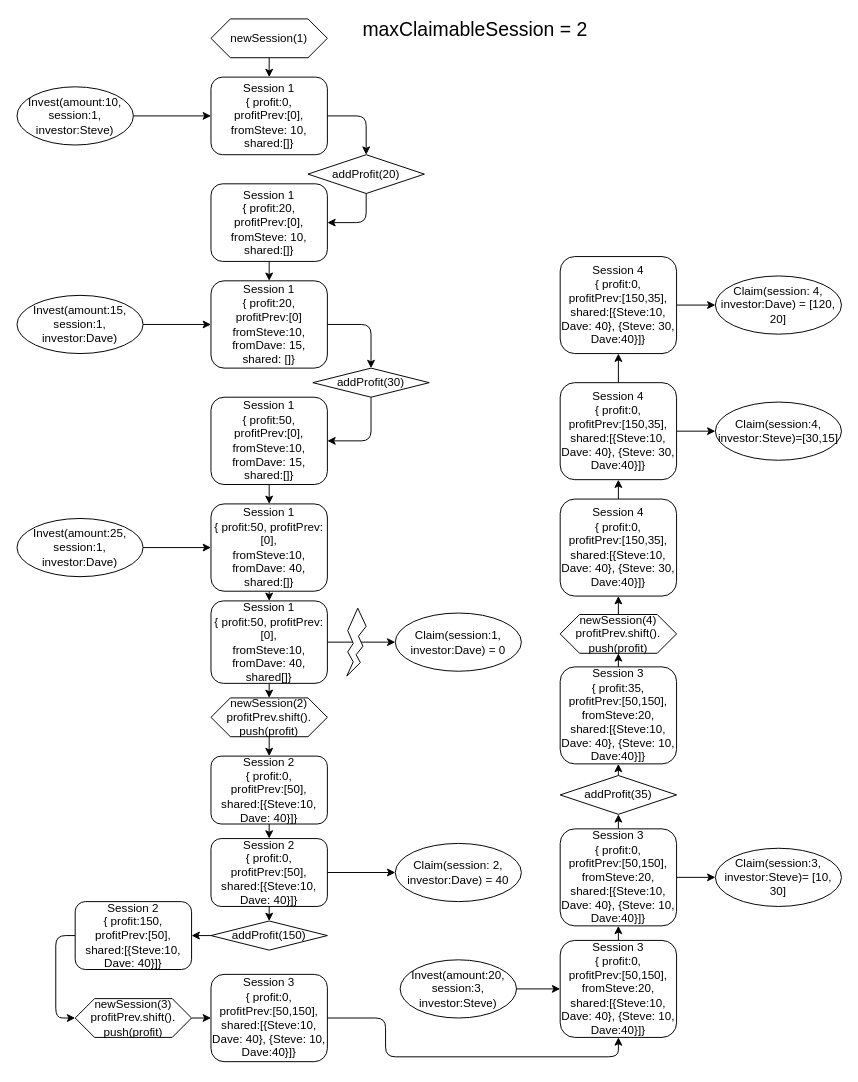
Before: page "Scenario2_MaxClaimableSession=2" (3 of 4) of Example1.drawio in ChihHaoChen/thundercoreProfit, a draw.io diagram. Source tidied: cells renumbered, new cells numbered last; positions are measured from the earlier drawing's top-left corner, leaving out a move shared by most shapes. Both pictures are drawn from the tidied source at 97%, with x=0, y=0 at pixel (16, 18).
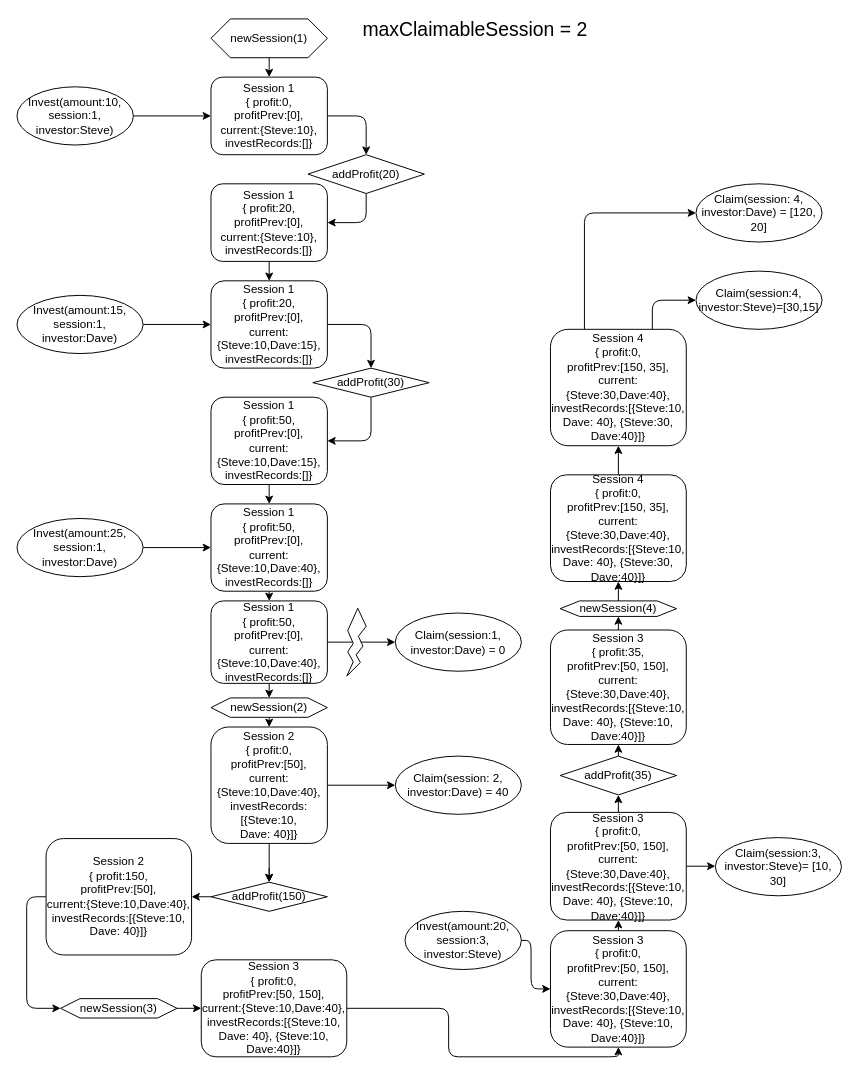
After the change.

Diff of the diagram source:
```diff
@@
-    <mxCell id="3" value="&lt;div&gt;Session 1&lt;/div&gt;&lt;div&gt;{ profit:0,&lt;/div&gt;&lt;div&gt;profitPrev:[0],&lt;br&gt;&lt;/div&gt;&lt;div&gt;fromSteve: 10, shared:[]}&lt;br&gt;&lt;/div&gt;" style="rounded=1;whiteSpace=wrap;html=1;" parent="1" vertex="1">
+    <mxCell id="3" value="&lt;div&gt;Session 1&lt;/div&gt;&lt;div&gt;{ profit:0,&lt;/div&gt;&lt;div&gt;profitPrev:[0],&lt;br&gt;&lt;/div&gt;&lt;div&gt;current:{Steve:10}, investRecords:[]}&lt;br&gt;&lt;/div&gt;" style="rounded=1;whiteSpace=wrap;html=1;" parent="1" vertex="1">
       <mxGeometry x="200" y="60" width="120" height="80" as="geometry" />
     </mxCell>
@@
-    <mxCell id="9" value="&lt;div&gt;Session 1&lt;/div&gt;&lt;div&gt;{ profit:20,&lt;/div&gt;&lt;div&gt;profitPrev:[0]&lt;br&gt;&lt;/div&gt;&lt;div&gt;fromSteve:10,&lt;/div&gt;&lt;div&gt;fromDave: 15, shared: []}&lt;br&gt;&lt;/div&gt;" style="rounded=1;whiteSpace=wrap;html=1;" parent="1" vertex="1">
+    <mxCell id="9" value="&lt;div&gt;Session 1&lt;/div&gt;&lt;div&gt;{ profit:20,&lt;/div&gt;&lt;div&gt;profitPrev:[0],&lt;br&gt;&lt;/div&gt;&lt;div&gt;current:{Steve:10,Dave:15}, investRecords:[]}&lt;br&gt;&lt;/div&gt;" style="rounded=1;whiteSpace=wrap;html=1;" parent="1" vertex="1">
       <mxGeometry x="200" y="270" width="120" height="90" as="geometry" />
     </mxCell>
@@
-    <mxCell id="13" value="&lt;div&gt;Session 1&lt;/div&gt;&lt;div&gt;{ profit:20,&lt;/div&gt;&lt;div&gt;profitPrev:[0],&lt;br&gt;&lt;/div&gt;&lt;div&gt;fromSteve: 10,&lt;/div&gt;&lt;div&gt;shared:[]}&lt;br&gt;&lt;/div&gt;" style="rounded=1;whiteSpace=wrap;html=1;" parent="1" vertex="1">
+    <mxCell id="13" value="&lt;div&gt;Session 1&lt;/div&gt;&lt;div&gt;{ profit:20,&lt;/div&gt;&lt;div&gt;profitPrev:[0],&lt;br&gt;&lt;/div&gt;&lt;div&gt;current:{Steve:10}, investRecords:[]}&lt;br&gt;&lt;/div&gt;" style="rounded=1;whiteSpace=wrap;html=1;" parent="1" vertex="1">
       <mxGeometry x="200" y="170" width="120" height="80" as="geometry" />
     </mxCell>
@@
-    <mxCell id="17" value="&lt;div&gt;Session 1&lt;/div&gt;&lt;div&gt;{ profit:50,&lt;/div&gt;&lt;div&gt;profitPrev:[0],&lt;br&gt;&lt;/div&gt;&lt;div&gt;fromSteve:10,&lt;/div&gt;&lt;div&gt;fromDave: 15, shared:[]}&lt;br&gt;&lt;/div&gt;" style="rounded=1;whiteSpace=wrap;html=1;" parent="1" vertex="1">
+    <mxCell id="17" value="&lt;div&gt;Session 1&lt;/div&gt;&lt;div&gt;{ profit:50,&lt;/div&gt;&lt;div&gt;profitPrev:[0],&lt;br&gt;&lt;/div&gt;&lt;div&gt;current:{Steve:10,Dave:15}, investRecords:[]}&lt;br&gt;&lt;/div&gt;" style="rounded=1;whiteSpace=wrap;html=1;" parent="1" vertex="1">
       <mxGeometry x="200" y="390" width="120" height="90" as="geometry" />
     </mxCell>
@@
-    <mxCell id="19" value="&lt;div&gt;Session 1&lt;/div&gt;&lt;div&gt;{ profit:50, profitPrev:[0],&lt;br&gt;&lt;/div&gt;&lt;div&gt;fromSteve:10,&lt;/div&gt;&lt;div&gt;fromDave: 40, shared:[]}&lt;br&gt;&lt;/div&gt;" style="rounded=1;whiteSpace=wrap;html=1;" parent="1" vertex="1">
+    <mxCell id="19" value="&lt;div&gt;Session 1&lt;/div&gt;&lt;div&gt;{ profit:50,&lt;/div&gt;&lt;div&gt;profitPrev:[0],&lt;br&gt;&lt;/div&gt;&lt;div&gt;current:{Steve:10,Dave:40}, investRecords:[]}&lt;br&gt;&lt;/div&gt;" style="rounded=1;whiteSpace=wrap;html=1;" parent="1" vertex="1">
       <mxGeometry x="200" y="500" width="120" height="90" as="geometry" />
     </mxCell>
@@
-    <mxCell id="24" value="&lt;div&gt;Session 1&lt;/div&gt;&lt;div&gt;{ profit:50, profitPrev:[0],&lt;br&gt;&lt;/div&gt;&lt;div&gt;fromSteve:10,&lt;/div&gt;&lt;div&gt;fromDave: 40, shared[]}&lt;br&gt;&lt;/div&gt;" style="rounded=1;whiteSpace=wrap;html=1;" parent="1" vertex="1">
+    <mxCell id="24" value="&lt;div&gt;Session 1&lt;/div&gt;&lt;div&gt;{ profit:50,&lt;/div&gt;&lt;div&gt;profitPrev:[0],&lt;br&gt;&lt;/div&gt;&lt;div&gt;current:{Steve:10,Dave:40}, investRecords:[]}&lt;br&gt;&lt;/div&gt;" style="rounded=1;whiteSpace=wrap;html=1;" parent="1" vertex="1">
       <mxGeometry x="200" y="600" width="120" height="85" as="geometry" />
     </mxCell>
@@
-    <mxCell id="27" style="edgeStyle=orthogonalEdgeStyle;rounded=0;jettySize=auto;html=1;exitX=0.5;exitY=1;exitDx=0;exitDy=0;entryX=0.5;entryY=0;entryDx=0;entryDy=0;" parent="1" edge="1" source="28" target="32">
-      <mxGeometry relative="1" as="geometry" />
-    </mxCell>
+    <mxCell id="69" style="edgeStyle=orthogonalEdgeStyle;rounded=0;jettySize=auto;html=1;exitX=1;exitY=0.5;exitDx=0;exitDy=0;entryX=0;entryY=0.5;entryDx=0;entryDy=0;" parent="1" edge="1" source="28" target="29">
+      <mxGeometry relative="1" as="geometry" />
+    </mxCell>
+    <mxCell id="70" style="edgeStyle=orthogonalEdgeStyle;rounded=0;jettySize=auto;html=1;exitX=0.5;exitY=1;exitDx=0;exitDy=0;entryX=0.5;entryY=0;entryDx=0;entryDy=0;" parent="1" edge="1" source="28" target="57">
+      <mxGeometry relative="1" as="geometry" />
+    </mxCell>
-    <mxCell id="28" value="&lt;div&gt;Session 2&lt;br&gt;&lt;/div&gt;&lt;div&gt;{ profit:0,&lt;br&gt;&lt;/div&gt;&lt;div&gt;profitPrev:[50],&lt;/div&gt;&lt;div&gt;shared:[{Steve:10,&lt;/div&gt;&lt;div&gt;Dave: 40}]}&lt;br&gt;&lt;/div&gt;" style="rounded=1;whiteSpace=wrap;html=1;" parent="1" vertex="1">
-      <mxGeometry x="200" y="760" width="120" height="70" as="geometry" />
+    <mxCell id="28" value="&lt;div&gt;Session 2&lt;br&gt;&lt;/div&gt;&lt;div&gt;{ profit:0,&lt;br&gt;&lt;/div&gt;&lt;div&gt;profitPrev:[50],&lt;/div&gt;&lt;div&gt;current:{Steve:10,Dave:40},&lt;/div&gt;&lt;div&gt;investRecords:[{Steve:10,&lt;/div&gt;&lt;div&gt;Dave: 40}]}&lt;br&gt;&lt;/div&gt;" style="rounded=1;whiteSpace=wrap;html=1;" parent="1" vertex="1">
+      <mxGeometry x="200" y="730" width="120" height="120" as="geometry" />
     </mxCell>
     <mxCell id="29" value="Claim(session: 2, investor:Dave) = 40" style="ellipse;whiteSpace=wrap;html=1;" parent="1" vertex="1">
-      <mxGeometry x="390" y="850" width="130" height="60" as="geometry" />
+      <mxGeometry x="390" y="760" width="130" height="60" as="geometry" />
     </mxCell>
-    <mxCell id="30" style="edgeStyle=orthogonalEdgeStyle;rounded=0;jettySize=auto;html=1;exitX=1;exitY=0.5;exitDx=0;exitDy=0;entryX=0;entryY=0.5;entryDx=0;entryDy=0;" parent="1" edge="1" source="32" target="29">
-      <mxGeometry relative="1" as="geometry" />
-    </mxCell>
-    <mxCell id="31" style="edgeStyle=orthogonalEdgeStyle;rounded=0;jettySize=auto;html=1;exitX=0.5;exitY=1;exitDx=0;exitDy=0;entryX=0.5;entryY=0;entryDx=0;entryDy=0;fontSize=20;" parent="1" edge="1" source="32" target="57">
-      <mxGeometry relative="1" as="geometry" />
+    <mxCell id="31" style="edgeStyle=orthogonalEdgeStyle;rounded=0;jettySize=auto;html=1;exitX=0.5;exitY=1;exitDx=0;exitDy=0;entryX=0.5;entryY=0;entryDx=0;entryDy=0;fontSize=20;" parent="1" edge="1" target="57">
+      <mxGeometry relative="1" as="geometry">
+        <mxPoint x="260" y="875" as="sourcePoint" />
+      </mxGeometry>
     </mxCell>
-    <mxCell id="32" value="&lt;div&gt;Session 2&lt;br&gt;&lt;/div&gt;&lt;div&gt;{ profit:0,&lt;br&gt;&lt;/div&gt;&lt;div&gt;profitPrev:[50],&lt;/div&gt;&lt;div&gt;shared:[{Steve:10,&lt;/div&gt;&lt;div&gt;Dave: 40}]}&lt;br&gt;&lt;/div&gt;" style="rounded=1;whiteSpace=wrap;html=1;" parent="1" vertex="1">
-      <mxGeometry x="200" y="845" width="120" height="70" as="geometry" />
-    </mxCell>
-    <mxCell id="33" style="edgeStyle=orthogonalEdgeStyle;rounded=1;jettySize=auto;html=1;exitX=1;exitY=0.5;exitDx=0;exitDy=0;entryX=0.5;entryY=1;entryDx=0;entryDy=0;fontSize=20;" parent="1" edge="1" source="34" target="61">
+    <mxCell id="33" style="edgeStyle=orthogonalEdgeStyle;rounded=1;jettySize=auto;html=1;exitX=1;exitY=0.5;exitDx=0;exitDy=0;entryX=0.5;entryY=1;entryDx=0;entryDy=0;" parent="1" edge="1" source="34" target="61">
       <mxGeometry relative="1" as="geometry">
         <Array as="points">
-          <mxPoint x="380" y="1030" />
-          <mxPoint x="380" y="1070" />
+          <mxPoint x="445" y="1020" />
+          <mxPoint x="445" y="1070" />
           <mxPoint x="620" y="1070" />
         </Array>
       </mxGeometry>
     </mxCell>
-    <mxCell id="34" value="&lt;div&gt;Session 3&lt;br&gt;&lt;/div&gt;&lt;div&gt;{ profit:0,&lt;br&gt;&lt;/div&gt;&lt;div&gt;profitPrev:[50,150],&lt;/div&gt;&lt;div&gt;shared:[{Steve:10,&lt;/div&gt;&lt;div&gt;Dave: 40}, {Steve: 10, Dave:40}]}&lt;br&gt;&lt;/div&gt;" style="rounded=1;whiteSpace=wrap;html=1;" parent="1" vertex="1">
-      <mxGeometry x="200" y="985" width="120" height="90" as="geometry" />
+    <mxCell id="34" value="&lt;div&gt;Session 3&lt;br&gt;&lt;/div&gt;&lt;div&gt;{ profit:0,&lt;br&gt;&lt;/div&gt;&lt;div&gt;profitPrev:[50, 150],&lt;/div&gt;&lt;div&gt;current:{Steve:10,Dave:40},&lt;/div&gt;&lt;div&gt;investRecords:[{Steve:10,&lt;/div&gt;&lt;div&gt;Dave: 40}, {Steve:10, Dave:40}]}&lt;br&gt;&lt;/div&gt;" style="rounded=1;whiteSpace=wrap;html=1;" parent="1" vertex="1">
+      <mxGeometry x="190" y="970" width="150" height="100" as="geometry" />
     </mxCell>
     <mxCell id="35" style="edgeStyle=orthogonalEdgeStyle;rounded=1;jettySize=auto;html=1;exitX=1;exitY=0.5;exitDx=0;exitDy=0;entryX=0;entryY=0.5;entryDx=0;entryDy=0;fontSize=20;" parent="1" edge="1" source="36" target="61">
-      <mxGeometry relative="1" as="geometry" />
+      <mxGeometry relative="1" as="geometry">
+        <Array as="points">
+          <mxPoint x="530" y="950" />
+          <mxPoint x="530" y="1000" />
+        </Array>
+      </mxGeometry>
     </mxCell>
     <mxCell id="36" value="Invest(amount:20, session:3, investor:Steve)" style="ellipse;whiteSpace=wrap;html=1;" parent="1" vertex="1">
-      <mxGeometry x="395" y="970" width="120" height="60" as="geometry" />
+      <mxGeometry x="400" y="920" width="120" height="60" as="geometry" />
     </mxCell>
@@
-    <mxCell id="39" value="&lt;div&gt;Session 3&lt;br&gt;&lt;/div&gt;&lt;div&gt;{ profit:0,&lt;br&gt;&lt;/div&gt;&lt;div&gt;profitPrev:[50,150], fromSteve:20,&lt;br&gt;&lt;/div&gt;&lt;div&gt;shared:[{Steve:10,&lt;/div&gt;&lt;div&gt;Dave: 40}, {Steve: 10, Dave:40}]}&lt;br&gt;&lt;/div&gt;" style="rounded=1;whiteSpace=wrap;html=1;" parent="1" vertex="1">
-      <mxGeometry x="560" y="835" width="120" height="100" as="geometry" />
+    <mxCell id="39" value="&lt;div&gt;Session 3&lt;br&gt;&lt;/div&gt;&lt;div&gt;{ profit:0,&lt;br&gt;&lt;/div&gt;&lt;div&gt;profitPrev:[50, 150],&lt;/div&gt;&lt;div&gt;current:{Steve:30,Dave:40},&lt;/div&gt;&lt;div&gt;investRecords:[{Steve:10,&lt;/div&gt;&lt;div&gt;Dave: 40}, {Steve:10, Dave:40}]}&lt;br&gt;&lt;/div&gt;" style="rounded=1;whiteSpace=wrap;html=1;" parent="1" vertex="1">
+      <mxGeometry x="550" y="818" width="140" height="111" as="geometry" />
     </mxCell>
     <mxCell id="40" value="&lt;div&gt;Claim(session:3, investor:Steve)= [10, 30]&lt;br&gt;&lt;/div&gt;" style="ellipse;whiteSpace=wrap;html=1;" parent="1" vertex="1">
-      <mxGeometry x="720" y="855" width="130" height="60" as="geometry" />
+      <mxGeometry x="720" y="844" width="130" height="60" as="geometry" />
     </mxCell>
@@
     <mxCell id="42" value="addProfit(35)" style="rhombus;whiteSpace=wrap;html=1;" parent="1" vertex="1">
-      <mxGeometry x="560" y="780" width="120" height="40" as="geometry" />
+      <mxGeometry x="560" y="760" width="120" height="40" as="geometry" />
     </mxCell>
@@
-    <mxCell id="44" value="&lt;div&gt;Session 3&lt;br&gt;&lt;/div&gt;&lt;div&gt;{ profit:35,&lt;br&gt;&lt;/div&gt;&lt;div&gt;profitPrev:[50,150], fromSteve:20,&lt;br&gt;&lt;/div&gt;&lt;div&gt;&lt;div&gt;shared:[{Steve:10,&lt;/div&gt;Dave: 40}, {Steve: 10, Dave:40}]}&lt;/div&gt;" style="rounded=1;whiteSpace=wrap;html=1;" parent="1" vertex="1">
-      <mxGeometry x="560" y="668" width="120" height="100" as="geometry" />
+    <mxCell id="44" value="&lt;div&gt;Session 3&lt;br&gt;&lt;/div&gt;&lt;div&gt;{ profit:35,&lt;br&gt;&lt;/div&gt;&lt;div&gt;profitPrev:[50, 150],&lt;/div&gt;&lt;div&gt;current:{Steve:30,Dave:40},&lt;/div&gt;&lt;div&gt;investRecords:[{Steve:10,&lt;/div&gt;&lt;div&gt;Dave: 40}, {Steve:10, Dave:40}]}&lt;br&gt;&lt;/div&gt;" style="rounded=1;whiteSpace=wrap;html=1;" parent="1" vertex="1">
+      <mxGeometry x="550" y="630" width="140" height="118" as="geometry" />
     </mxCell>
     <mxCell id="45" value="Claim(session:4, investor:Steve)=[30,15]" style="ellipse;whiteSpace=wrap;html=1;" parent="1" vertex="1">
-      <mxGeometry x="720" y="395" width="130" height="60" as="geometry" />
+      <mxGeometry x="700" y="260" width="130" height="60" as="geometry" />
     </mxCell>
     <mxCell id="46" value="Claim(session: 4, investor:Dave) = [120, 20]" style="ellipse;whiteSpace=wrap;html=1;" parent="1" vertex="1">
-      <mxGeometry x="720" y="265" width="130" height="60" as="geometry" />
+      <mxGeometry x="700" y="170" width="130" height="60" as="geometry" />
     </mxCell>
@@
-    <mxCell id="48" value="&lt;div&gt;newSession(2)&lt;/div&gt;&lt;div&gt;profitPrev.shift().&lt;/div&gt;&lt;div&gt;push(profit)&lt;br&gt;&lt;/div&gt;" style="shape=hexagon;perimeter=hexagonPerimeter2;whiteSpace=wrap;html=1;fixedSize=1;" parent="1" vertex="1">
-      <mxGeometry x="200" y="700" width="120" height="40" as="geometry" />
+    <mxCell id="48" value="&lt;div&gt;newSession(2)&lt;/div&gt;" style="shape=hexagon;perimeter=hexagonPerimeter2;whiteSpace=wrap;html=1;fixedSize=1;" parent="1" vertex="1">
+      <mxGeometry x="200" y="700" width="120" height="20" as="geometry" />
     </mxCell>
-    <mxCell id="49" style="edgeStyle=orthogonalEdgeStyle;rounded=0;jettySize=auto;html=1;exitX=1;exitY=0.5;exitDx=0;exitDy=0;entryX=0;entryY=0.5;entryDx=0;entryDy=0;fontSize=20;" parent="1" edge="1" source="50" target="34">
+    <mxCell id="49" style="edgeStyle=orthogonalEdgeStyle;rounded=1;jettySize=auto;html=1;exitX=1;exitY=0.5;exitDx=0;exitDy=0;entryX=0;entryY=0.5;entryDx=0;entryDy=0;" parent="1" edge="1" source="50" target="34">
       <mxGeometry relative="1" as="geometry" />
     </mxCell>
-    <mxCell id="50" value="&lt;div&gt;newSession(3)&lt;/div&gt;&lt;div&gt;profitPrev.shift().&lt;/div&gt;&lt;div&gt;push(profit)&lt;br&gt;&lt;/div&gt;" style="shape=hexagon;perimeter=hexagonPerimeter2;whiteSpace=wrap;html=1;fixedSize=1;" parent="1" vertex="1">
-      <mxGeometry x="60" y="1010" width="120" height="40" as="geometry" />
+    <mxCell id="50" value="&lt;div&gt;newSession(3)&lt;/div&gt;" style="shape=hexagon;perimeter=hexagonPerimeter2;whiteSpace=wrap;html=1;fixedSize=1;" parent="1" vertex="1">
+      <mxGeometry x="45" y="1010" width="120" height="20" as="geometry" />
     </mxCell>
@@
-    <mxCell id="52" value="&lt;div&gt;newSession(4)&lt;/div&gt;&lt;div&gt;profitPrev.shift().&lt;/div&gt;&lt;div&gt;push(profit)&lt;br&gt;&lt;/div&gt;" style="shape=hexagon;perimeter=hexagonPerimeter2;whiteSpace=wrap;html=1;fixedSize=1;" parent="1" vertex="1">
-      <mxGeometry x="560" y="614" width="120" height="40" as="geometry" />
+    <mxCell id="52" value="&lt;div&gt;newSession(4)&lt;/div&gt;" style="shape=hexagon;perimeter=hexagonPerimeter2;whiteSpace=wrap;html=1;fixedSize=1;" parent="1" vertex="1">
+      <mxGeometry x="560" y="600" width="120" height="16" as="geometry" />
     </mxCell>
@@
     <mxCell id="57" value="addProfit(150)" style="rhombus;whiteSpace=wrap;html=1;" parent="1" vertex="1">
-      <mxGeometry x="200" y="930" width="120" height="30" as="geometry" />
+      <mxGeometry x="200" y="890" width="120" height="30" as="geometry" />
     </mxCell>
-    <mxCell id="58" style="edgeStyle=orthogonalEdgeStyle;rounded=1;jettySize=auto;html=1;exitX=0;exitY=0.5;exitDx=0;exitDy=0;entryX=0;entryY=0.5;entryDx=0;entryDy=0;fontSize=20;" parent="1" edge="1" source="59" target="50">
+    <mxCell id="58" style="edgeStyle=orthogonalEdgeStyle;rounded=1;jettySize=auto;html=1;exitX=0;exitY=0.5;exitDx=0;exitDy=0;entryX=0;entryY=0.5;entryDx=0;entryDy=0;" parent="1" edge="1" source="59" target="50">
       <mxGeometry relative="1" as="geometry" />
     </mxCell>
-    <mxCell id="59" value="&lt;div&gt;Session 2&lt;br&gt;&lt;/div&gt;&lt;div&gt;{ profit:150,&lt;br&gt;&lt;/div&gt;&lt;div&gt;profitPrev:[50],&lt;/div&gt;&lt;div&gt;shared:[{Steve:10,&lt;/div&gt;&lt;div&gt;Dave: 40}]}&lt;br&gt;&lt;/div&gt;" style="rounded=1;whiteSpace=wrap;html=1;" parent="1" vertex="1">
-      <mxGeometry x="60" y="910" width="120" height="70" as="geometry" />
+    <mxCell id="59" value="&lt;div&gt;Session 2&lt;br&gt;&lt;/div&gt;&lt;div&gt;{ profit:150,&lt;br&gt;&lt;/div&gt;&lt;div&gt;profitPrev:[50],&lt;/div&gt;&lt;div&gt;current:{Steve:10,Dave:40},&lt;/div&gt;&lt;div&gt;investRecords:[{Steve:10,&lt;/div&gt;&lt;div&gt;Dave: 40}]}&lt;br&gt;&lt;/div&gt;" style="rounded=1;whiteSpace=wrap;html=1;" parent="1" vertex="1">
+      <mxGeometry x="30" y="845" width="150" height="120" as="geometry" />
     </mxCell>
-    <mxCell id="60" style="edgeStyle=orthogonalEdgeStyle;rounded=1;jettySize=auto;html=1;exitX=0.5;exitY=0;exitDx=0;exitDy=0;entryX=0.5;entryY=1;entryDx=0;entryDy=0;fontSize=20;" parent="1" edge="1" source="61" target="39">
+    <mxCell id="60" style="edgeStyle=orthogonalEdgeStyle;rounded=1;jettySize=auto;html=1;exitX=0.5;exitY=0;exitDx=0;exitDy=0;entryX=0.5;entryY=1;entryDx=0;entryDy=0;" parent="1" edge="1" source="61" target="39">
       <mxGeometry relative="1" as="geometry" />
     </mxCell>
-    <mxCell id="61" value="&lt;div&gt;Session 3&lt;br&gt;&lt;/div&gt;&lt;div&gt;{ profit:0,&lt;br&gt;&lt;/div&gt;&lt;div&gt;profitPrev:[50,150], fromSteve:20,&lt;br&gt;&lt;/div&gt;&lt;div&gt;shared:[{Steve:10,&lt;/div&gt;&lt;div&gt;Dave: 40}, {Steve: 10, Dave:40}]}&lt;br&gt;&lt;/div&gt;" style="rounded=1;whiteSpace=wrap;html=1;" parent="1" vertex="1">
-      <mxGeometry x="560" y="950" width="120" height="100" as="geometry" />
+    <mxCell id="61" value="&lt;div&gt;Session 3&lt;br&gt;&lt;/div&gt;&lt;div&gt;{ profit:0,&lt;br&gt;&lt;/div&gt;&lt;div&gt;profitPrev:[50, 150],&lt;/div&gt;&lt;div&gt;current:{Steve:30,Dave:40},&lt;/div&gt;&lt;div&gt;investRecords:[{Steve:10,&lt;/div&gt;&lt;div&gt;Dave: 40}, {Steve:10, Dave:40}]}&lt;br&gt;&lt;/div&gt;" style="rounded=1;whiteSpace=wrap;html=1;" parent="1" vertex="1">
+      <mxGeometry x="550" y="940" width="140" height="120" as="geometry" />
     </mxCell>
@@
-    <mxCell id="63" value="&lt;div&gt;Session 4&lt;br&gt;&lt;/div&gt;&lt;div&gt;{ profit:0,&lt;br&gt;&lt;/div&gt;&lt;div&gt;profitPrev:[150,35], &lt;br&gt;&lt;/div&gt;&lt;div&gt;&lt;div&gt;shared:[{Steve:10,&lt;/div&gt;Dave: 40}, {Steve: 30, Dave:40}]}&lt;/div&gt;" style="rounded=1;whiteSpace=wrap;html=1;" parent="1" vertex="1">
-      <mxGeometry x="560" y="495" width="120" height="100" as="geometry" />
+    <mxCell id="63" value="&lt;div&gt;Session 4&lt;br&gt;&lt;/div&gt;&lt;div&gt;{ profit:0,&lt;br&gt;&lt;/div&gt;&lt;div&gt;profitPrev:[150, 35],&lt;/div&gt;&lt;div&gt;current:{Steve:30,Dave:40},&lt;/div&gt;&lt;div&gt;investRecords:[{Steve:10,&lt;/div&gt;&lt;div&gt;Dave: 40}, {Steve:30, Dave:40}]}&lt;br&gt;&lt;/div&gt;" style="rounded=1;whiteSpace=wrap;html=1;" parent="1" vertex="1">
+      <mxGeometry x="550" y="470" width="140" height="110" as="geometry" />
     </mxCell>
-    <mxCell id="64" style="edgeStyle=orthogonalEdgeStyle;rounded=1;jettySize=auto;html=1;exitX=1;exitY=0.5;exitDx=0;exitDy=0;entryX=0;entryY=0.5;entryDx=0;entryDy=0;fontSize=20;" parent="1" edge="1" source="66" target="45">
+    <mxCell id="64" style="edgeStyle=orthogonalEdgeStyle;rounded=1;jettySize=auto;html=1;exitX=0.75;exitY=0;exitDx=0;exitDy=0;entryX=0;entryY=0.5;entryDx=0;entryDy=0;" parent="1" edge="1" source="66" target="45">
       <mxGeometry relative="1" as="geometry" />
     </mxCell>
-    <mxCell id="65" style="edgeStyle=orthogonalEdgeStyle;rounded=1;jettySize=auto;html=1;exitX=0.5;exitY=0;exitDx=0;exitDy=0;entryX=0.5;entryY=1;entryDx=0;entryDy=0;fontSize=20;" parent="1" edge="1" source="66" target="68">
-      <mxGeometry relative="1" as="geometry" />
-    </mxCell>
+    <mxCell id="71" style="edgeStyle=orthogonalEdgeStyle;rounded=1;jettySize=auto;html=1;exitX=0.25;exitY=0;exitDx=0;exitDy=0;entryX=0;entryY=0.5;entryDx=0;entryDy=0;" parent="1" edge="1" source="66" target="46">
+      <mxGeometry relative="1" as="geometry" />
+    </mxCell>
-    <mxCell id="66" value="&lt;div&gt;Session 4&lt;br&gt;&lt;/div&gt;&lt;div&gt;{ profit:0,&lt;br&gt;&lt;/div&gt;&lt;div&gt;profitPrev:[150,35], &lt;br&gt;&lt;/div&gt;&lt;div&gt;&lt;div&gt;shared:[{Steve:10,&lt;/div&gt;Dave: 40}, {Steve: 30, Dave:40}]}&lt;/div&gt;" style="rounded=1;whiteSpace=wrap;html=1;" parent="1" vertex="1">
-      <mxGeometry x="560" y="375" width="120" height="100" as="geometry" />
+    <mxCell id="66" value="&lt;div&gt;Session 4&lt;br&gt;&lt;/div&gt;&lt;div&gt;{ profit:0,&lt;br&gt;&lt;/div&gt;&lt;div&gt;profitPrev:[150, 35],&lt;/div&gt;&lt;div&gt;current:{Steve:30,Dave:40},&lt;/div&gt;&lt;div&gt;investRecords:[{Steve:10,&lt;/div&gt;&lt;div&gt;Dave: 40}, {Steve:30, Dave:40}]}&lt;br&gt;&lt;/div&gt;" style="rounded=1;whiteSpace=wrap;html=1;" parent="1" vertex="1">
+      <mxGeometry x="550" y="320" width="140" height="120" as="geometry" />
     </mxCell>
-    <mxCell id="67" style="edgeStyle=orthogonalEdgeStyle;rounded=1;jettySize=auto;html=1;exitX=1;exitY=0.5;exitDx=0;exitDy=0;entryX=0;entryY=0.5;entryDx=0;entryDy=0;fontSize=20;" parent="1" edge="1" source="68" target="46">
-      <mxGeometry relative="1" as="geometry" />
-    </mxCell>
-    <mxCell id="68" value="&lt;div&gt;Session 4&lt;br&gt;&lt;/div&gt;&lt;div&gt;{ profit:0,&lt;br&gt;&lt;/div&gt;&lt;div&gt;profitPrev:[150,35], &lt;br&gt;&lt;/div&gt;&lt;div&gt;&lt;div&gt;shared:[{Steve:10,&lt;/div&gt;Dave: 40}, {Steve: 30, Dave:40}]}&lt;/div&gt;" style="rounded=1;whiteSpace=wrap;html=1;" parent="1" vertex="1">
-      <mxGeometry x="560" y="245" width="120" height="100" as="geometry" />
-    </mxCell>
```
